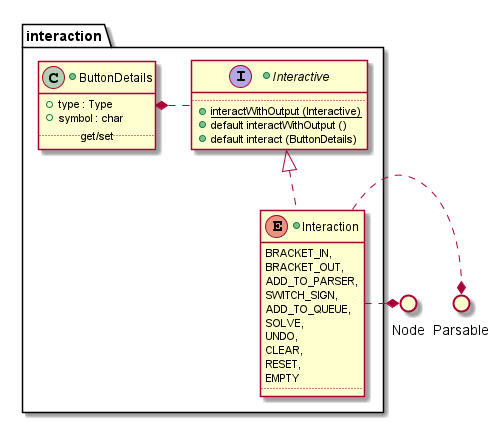
The PlantUML diagram src/docs/UML/interaction/static/interaction.png in vitalispopoff/calculator, before a commit.
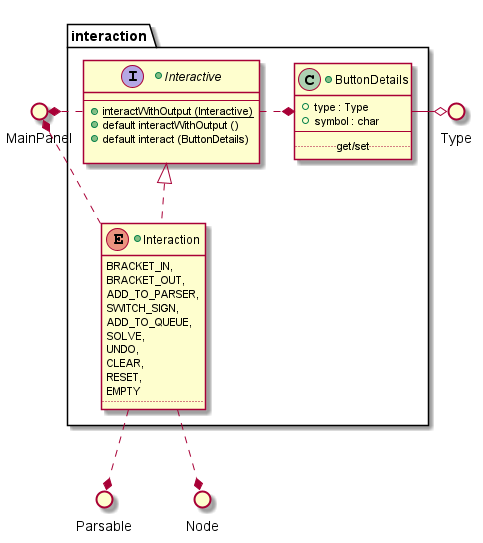
Later version of the same file.

Commit message:
never too many updates on meaningless details

Diff of the diagram source:
```diff
@@ -3,15 +3,17 @@
 package interaction {
 
     +interface Interactive{
-        ..
+        --
             + {method} {static} interactWithOutput (Interactive)
             + {method} default interactWithOutput ()
             + {method} default interact (ButtonDetails)
+
     }
 
     +class ButtonDetails {
             + {field} type : Type
             + {field} symbol : char
+        --
         ..get/set..
     }
 
@@ -29,15 +31,20 @@
         ..
     }
 
-Interactive ..right..* ButtonDetails
-
+    Interactive ..left..* ButtonDetails
 }
 
 () Parsable
 () Node
+() MainPanel
+() Type
 
+Interactive ..left.* MainPanel
+Interaction .down.* MainPanel
 
-Interaction ..left* Node
-Interaction ..left* Parsable
+Interaction ..up* Node
+Interaction ..up* Parsable
+
+ButtonDetails -left-o Type
 
 @enduml
```
